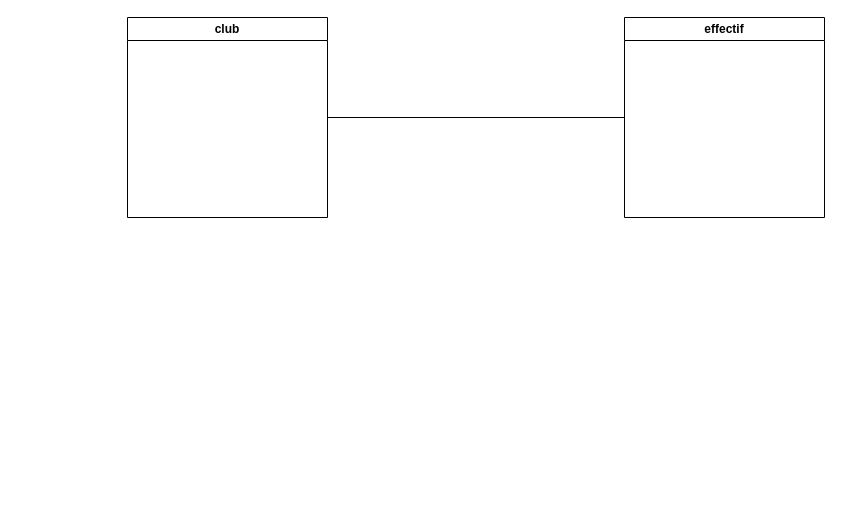
This is Diagramme sans nom.drawio from thedarkonekiller/SJT-ECF1, a draw.io file, before an edit. Source tidied: cells renumbered, new cells numbered last; positions are measured from the earlier drawing's top-left corner, leaving out a move shared by most shapes. Both pictures are drawn from the tidied source at 100%, with x=0, y=0 at pixel (127, 17).
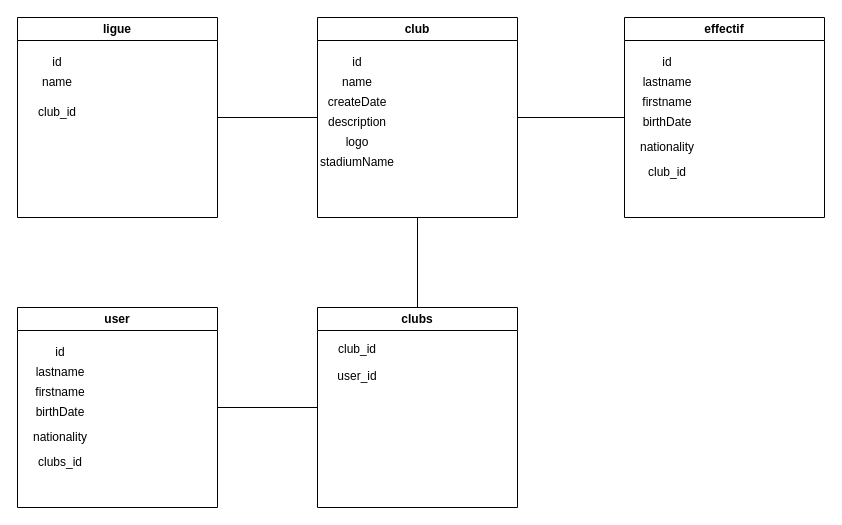
After the change.

Commit message (it also covers changes not shown here):
Mettre à jour Diagramme sans nom.drawio

The change refers to these unchanged cells:
```xml
<mxCell id="4" value="effectif" style="swimlane;whiteSpace=wrap;html=1;" parent="1" vertex="1">
  <mxGeometry x="497" width="200" height="200" as="geometry" />
</mxCell>
```

The edit, as a diff of the source:
```diff
@@
+    <mxCell id="5" style="edgeStyle=orthogonalEdgeStyle;shape=connector;rounded=0;jettySize=auto;html=1;entryX=0.5;entryY=0;entryDx=0;entryDy=0;labelBackgroundColor=default;strokeColor=default;fontFamily=Helvetica;fontSize=11;fontColor=default;endArrow=none;endFill=0;" parent="1" edge="1" source="3" target="31">
+      <mxGeometry relative="1" as="geometry" />
+    </mxCell>
     <mxCell id="3" value="club" style="swimlane;whiteSpace=wrap;html=1;" parent="1" vertex="1">
-      <mxGeometry width="200" height="200" as="geometry" />
+      <mxGeometry x="190" width="200" height="200" as="geometry" />
     </mxCell>
+    <mxCell id="6" value="id" style="text;html=1;strokeColor=none;fillColor=none;align=center;verticalAlign=middle;whiteSpace=wrap;rounded=0;" parent="3" vertex="1">
+      <mxGeometry x="10" y="30" width="60" height="30" as="geometry" />
+    </mxCell>
+    <mxCell id="7" value="name" style="text;html=1;strokeColor=none;fillColor=none;align=center;verticalAlign=middle;whiteSpace=wrap;rounded=0;" parent="3" vertex="1">
+      <mxGeometry x="10" y="50" width="60" height="30" as="geometry" />
+    </mxCell>
+    <mxCell id="8" value="createDate" style="text;html=1;strokeColor=none;fillColor=none;align=center;verticalAlign=middle;whiteSpace=wrap;rounded=0;" parent="3" vertex="1">
+      <mxGeometry x="10" y="70" width="60" height="30" as="geometry" />
+    </mxCell>
+    <mxCell id="9" value="stadiumName" style="text;html=1;strokeColor=none;fillColor=none;align=center;verticalAlign=middle;whiteSpace=wrap;rounded=0;" parent="3" vertex="1">
+      <mxGeometry x="10" y="130" width="60" height="30" as="geometry" />
+    </mxCell>
+    <mxCell id="10" value="logo" style="text;html=1;strokeColor=none;fillColor=none;align=center;verticalAlign=middle;whiteSpace=wrap;rounded=0;" parent="3" vertex="1">
+      <mxGeometry x="10" y="110" width="60" height="30" as="geometry" />
+    </mxCell>
+    <mxCell id="11" value="description" style="text;html=1;strokeColor=none;fillColor=none;align=center;verticalAlign=middle;whiteSpace=wrap;rounded=0;" parent="3" vertex="1">
+      <mxGeometry x="10" y="90" width="60" height="30" as="geometry" />
+    </mxCell>
@@
+    <mxCell id="12" value="id" style="text;html=1;strokeColor=none;fillColor=none;align=center;verticalAlign=middle;whiteSpace=wrap;rounded=0;" parent="4" vertex="1">
+      <mxGeometry x="13" y="30" width="60" height="30" as="geometry" />
+    </mxCell>
+    <mxCell id="13" value="lastname" style="text;html=1;strokeColor=none;fillColor=none;align=center;verticalAlign=middle;whiteSpace=wrap;rounded=0;" parent="4" vertex="1">
+      <mxGeometry x="13" y="50" width="60" height="30" as="geometry" />
+    </mxCell>
+    <mxCell id="14" value="firstname" style="text;html=1;strokeColor=none;fillColor=none;align=center;verticalAlign=middle;whiteSpace=wrap;rounded=0;" parent="4" vertex="1">
+      <mxGeometry x="13" y="70" width="60" height="30" as="geometry" />
+    </mxCell>
+    <mxCell id="15" value="birthDate" style="text;html=1;strokeColor=none;fillColor=none;align=center;verticalAlign=middle;whiteSpace=wrap;rounded=0;" parent="4" vertex="1">
+      <mxGeometry x="13" y="90" width="60" height="30" as="geometry" />
+    </mxCell>
+    <mxCell id="16" value="club_id" style="text;html=1;strokeColor=none;fillColor=none;align=center;verticalAlign=middle;whiteSpace=wrap;rounded=0;" parent="4" vertex="1">
+      <mxGeometry x="13" y="140" width="60" height="30" as="geometry" />
+    </mxCell>
+    <mxCell id="17" value="nationality" style="text;html=1;strokeColor=none;fillColor=none;align=center;verticalAlign=middle;whiteSpace=wrap;rounded=0;" parent="4" vertex="1">
+      <mxGeometry x="13" y="115" width="60" height="30" as="geometry" />
+    </mxCell>
+    <mxCell id="18" style="edgeStyle=orthogonalEdgeStyle;rounded=0;jettySize=auto;html=1;entryX=0;entryY=0.5;entryDx=0;entryDy=0;endArrow=none;endFill=0;" parent="1" edge="1" source="19" target="3">
+      <mxGeometry relative="1" as="geometry" />
+    </mxCell>
+    <mxCell id="19" value="ligue" style="swimlane;whiteSpace=wrap;html=1;" parent="1" vertex="1">
+      <mxGeometry x="-110" width="200" height="200" as="geometry" />
+    </mxCell>
+    <mxCell id="20" value="id" style="text;html=1;strokeColor=none;fillColor=none;align=center;verticalAlign=middle;whiteSpace=wrap;rounded=0;" parent="19" vertex="1">
+      <mxGeometry x="10" y="30" width="60" height="30" as="geometry" />
+    </mxCell>
+    <mxCell id="21" value="name" style="text;html=1;strokeColor=none;fillColor=none;align=center;verticalAlign=middle;whiteSpace=wrap;rounded=0;" parent="19" vertex="1">
+      <mxGeometry x="10" y="50" width="60" height="30" as="geometry" />
+    </mxCell>
+    <mxCell id="22" value="club_id" style="text;html=1;strokeColor=none;fillColor=none;align=center;verticalAlign=middle;whiteSpace=wrap;rounded=0;" parent="19" vertex="1">
+      <mxGeometry x="10" y="80" width="60" height="30" as="geometry" />
+    </mxCell>
+    <mxCell id="23" style="edgeStyle=orthogonalEdgeStyle;rounded=0;jettySize=auto;html=1;entryX=0;entryY=0.5;entryDx=0;entryDy=0;endArrow=none;endFill=0;" parent="1" edge="1" source="24" target="31">
+      <mxGeometry relative="1" as="geometry" />
+    </mxCell>
+    <mxCell id="24" value="user" style="swimlane;whiteSpace=wrap;html=1;" parent="1" vertex="1">
+      <mxGeometry x="-110" y="290" width="200" height="200" as="geometry" />
+    </mxCell>
+    <mxCell id="25" value="id" style="text;html=1;strokeColor=none;fillColor=none;align=center;verticalAlign=middle;whiteSpace=wrap;rounded=0;" parent="24" vertex="1">
+      <mxGeometry x="13" y="30" width="60" height="30" as="geometry" />
+    </mxCell>
+    <mxCell id="26" value="lastname" style="text;html=1;strokeColor=none;fillColor=none;align=center;verticalAlign=middle;whiteSpace=wrap;rounded=0;" parent="24" vertex="1">
+      <mxGeometry x="13" y="50" width="60" height="30" as="geometry" />
+    </mxCell>
+    <mxCell id="27" value="firstname" style="text;html=1;strokeColor=none;fillColor=none;align=center;verticalAlign=middle;whiteSpace=wrap;rounded=0;" parent="24" vertex="1">
+      <mxGeometry x="13" y="70" width="60" height="30" as="geometry" />
+    </mxCell>
+    <mxCell id="28" value="birthDate" style="text;html=1;strokeColor=none;fillColor=none;align=center;verticalAlign=middle;whiteSpace=wrap;rounded=0;" parent="24" vertex="1">
+      <mxGeometry x="13" y="90" width="60" height="30" as="geometry" />
+    </mxCell>
+    <mxCell id="29" value="clubs_id" style="text;html=1;strokeColor=none;fillColor=none;align=center;verticalAlign=middle;whiteSpace=wrap;rounded=0;" parent="24" vertex="1">
+      <mxGeometry x="13" y="140" width="60" height="30" as="geometry" />
+    </mxCell>
+    <mxCell id="30" value="nationality" style="text;html=1;strokeColor=none;fillColor=none;align=center;verticalAlign=middle;whiteSpace=wrap;rounded=0;" parent="24" vertex="1">
+      <mxGeometry x="13" y="115" width="60" height="30" as="geometry" />
+    </mxCell>
+    <mxCell id="31" value="clubs" style="swimlane;whiteSpace=wrap;html=1;" parent="1" vertex="1">
+      <mxGeometry x="190" y="290" width="200" height="200" as="geometry" />
+    </mxCell>
+    <mxCell id="32" value="club_id" style="text;html=1;strokeColor=none;fillColor=none;align=center;verticalAlign=middle;whiteSpace=wrap;rounded=0;" parent="31" vertex="1">
+      <mxGeometry x="10" y="27" width="60" height="30" as="geometry" />
+    </mxCell>
+    <mxCell id="33" value="user_id" style="text;html=1;strokeColor=none;fillColor=none;align=center;verticalAlign=middle;whiteSpace=wrap;rounded=0;" parent="31" vertex="1">
+      <mxGeometry x="10" y="54" width="60" height="30" as="geometry" />
+    </mxCell>
```
